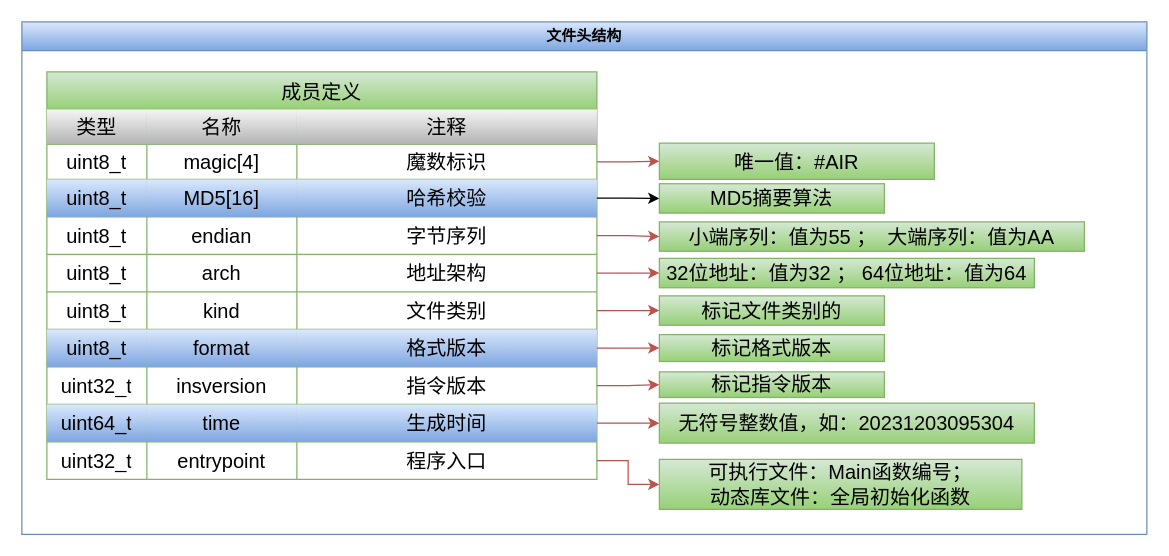
The draw.io diagram page "文件头" (2 of 14) of content/4_ByteCode/字节码文件图集.drawio in irscript/lang-vm-rt-c, before the edit. Source tidied: cells renumbered, new cells numbered last; positions are measured from the earlier drawing's top-left corner, leaving out a move shared by most shapes. Both pictures are drawn from the tidied source at 125%, with x=0, y=0 at pixel (21, 21).
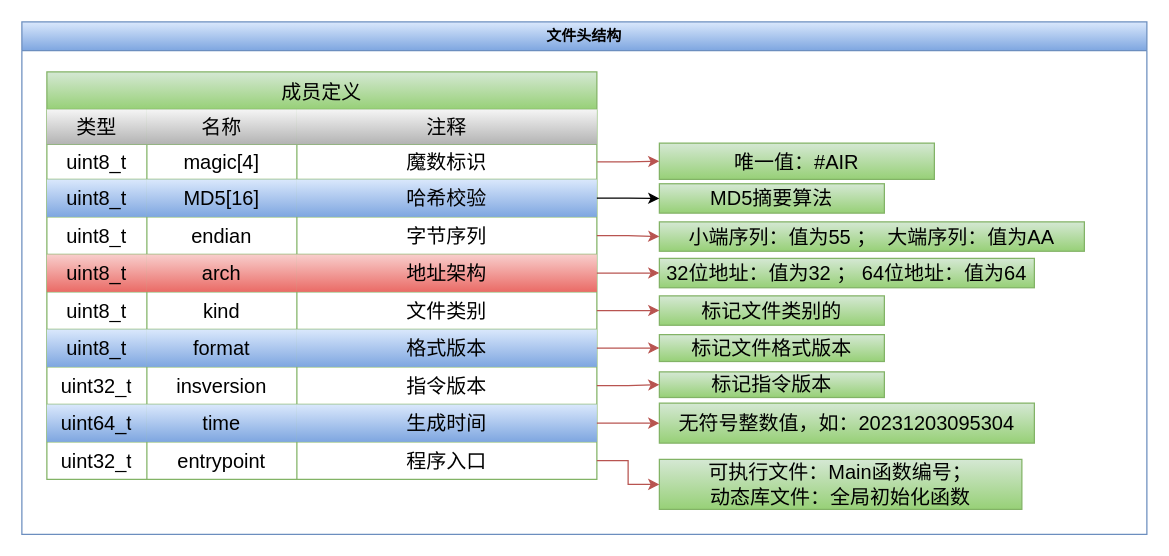
Above is the later version.

Unchanged cells that the change refers to:
```xml
<mxCell id="2" value="文件头结构" style="swimlane;whiteSpace=wrap;html=1;fillColor=#dae8fc;gradientColor=#7ea6e0;strokeColor=#6c8ebf;" parent="1" vertex="1">
  <mxGeometry width="900" height="410" as="geometry" />
</mxCell>
<mxCell id="21" style="shape=tableRow;horizontal=0;startSize=0;swimlaneHead=0;swimlaneBody=0;strokeColor=inherit;top=0;left=0;bottom=0;right=0;fillColor=none;points=[[0,0.5],[1,0.5]];portConstraint=eastwest;fontSize=16;" parent="4" vertex="1">
  <mxGeometry y="146" width="440" height="30" as="geometry" />
</mxCell>
```

Change to the diagram source:
```diff
@@
-    <mxCell id="22" value="uint8_t" style="shape=partialRectangle;html=1;whiteSpace=wrap;strokeColor=inherit;overflow=hidden;fillColor=none;top=0;left=0;bottom=0;right=0;fontSize=16;align=center;" parent="21" vertex="1">
+    <mxCell id="22" value="uint8_t" style="shape=partialRectangle;html=1;whiteSpace=wrap;strokeColor=#b85450;overflow=hidden;fillColor=#f8cecc;top=0;left=0;bottom=0;right=0;fontSize=16;align=center;gradientColor=#ea6b66;" parent="21" vertex="1">
       <mxGeometry width="80" height="30" as="geometry" />
     </mxCell>
-    <mxCell id="23" value="arch" style="shape=partialRectangle;html=1;whiteSpace=wrap;strokeColor=inherit;overflow=hidden;fillColor=none;top=0;left=0;bottom=0;right=0;fontSize=16;align=center;" parent="21" vertex="1">
+    <mxCell id="23" value="arch" style="shape=partialRectangle;html=1;whiteSpace=wrap;strokeColor=#b85450;overflow=hidden;fillColor=#f8cecc;top=0;left=0;bottom=0;right=0;fontSize=16;align=center;gradientColor=#ea6b66;" parent="21" vertex="1">
       <mxGeometry x="80" width="120" height="30" as="geometry" />
     </mxCell>
-    <mxCell id="24" value="地址架构" style="shape=partialRectangle;html=1;whiteSpace=wrap;strokeColor=inherit;overflow=hidden;fillColor=none;top=0;left=0;bottom=0;right=0;fontSize=16;" parent="21" vertex="1">
+    <mxCell id="24" value="地址架构" style="shape=partialRectangle;html=1;whiteSpace=wrap;strokeColor=#b85450;overflow=hidden;fillColor=#f8cecc;top=0;left=0;bottom=0;right=0;fontSize=16;gradientColor=#ea6b66;" parent="21" vertex="1">
       <mxGeometry x="200" width="240" height="30" as="geometry" />
     </mxCell>
@@
-    <mxCell id="50" value="标记格式版本" style="whiteSpace=wrap;html=1;fontSize=16;fillColor=#d5e8d4;strokeColor=#82b366;startSize=30;gradientColor=#97d077;" parent="2" vertex="1">
+    <mxCell id="50" value="标记文件格式版本" style="whiteSpace=wrap;html=1;fontSize=16;fillColor=#d5e8d4;strokeColor=#82b366;startSize=30;gradientColor=#97d077;" parent="2" vertex="1">
       <mxGeometry x="510" y="250.2" width="180" height="21.5" as="geometry" />
     </mxCell>
```
